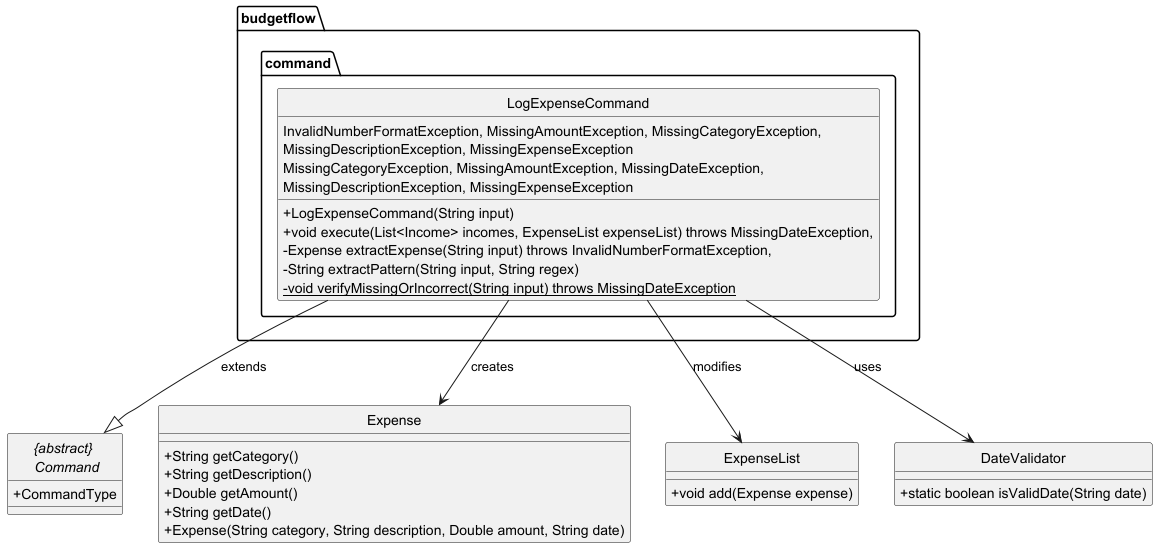
Before: docs/diagrams/log_expense_command_class_diagram.png, a diagram exported from PlantUML (thienkimtranhoang/tp). The source it was exported from:
```plantuml
@startuml

hide circle
skinparam classAttributeIconSize 0

package "budgetflow.command" {
    class LogExpenseCommand {
        + LogExpenseCommand(String input)
        + void execute(List<Income> incomes, ExpenseList expenseList) throws MissingDateException,
          InvalidNumberFormatException, MissingAmountException, MissingCategoryException,
          MissingDescriptionException, MissingExpenseException
        - Expense extractExpense(String input) throws InvalidNumberFormatException,
          MissingCategoryException, MissingAmountException, MissingDateException,
          MissingDescriptionException, MissingExpenseException
        - String extractPattern(String input, String regex)
        - {static} void verifyMissingOrIncorrect(String input) throws MissingDateException
    }
}

abstract class "{abstract} \n Command" {
    + CommandType
}

class Expense {
    + String getCategory()
    + String getDescription()
    + Double getAmount()
    + String getDate()
    + Expense(String category, String description, Double amount, String date)
}

class ExpenseList {
    + void add(Expense expense)
}

class DateValidator {
    + static boolean isValidDate(String date)
}

LogExpenseCommand --|> "{abstract} \n Command" : extends
LogExpenseCommand --> Expense : creates
LogExpenseCommand --> ExpenseList : modifies
LogExpenseCommand --> DateValidator : uses

@enduml
```
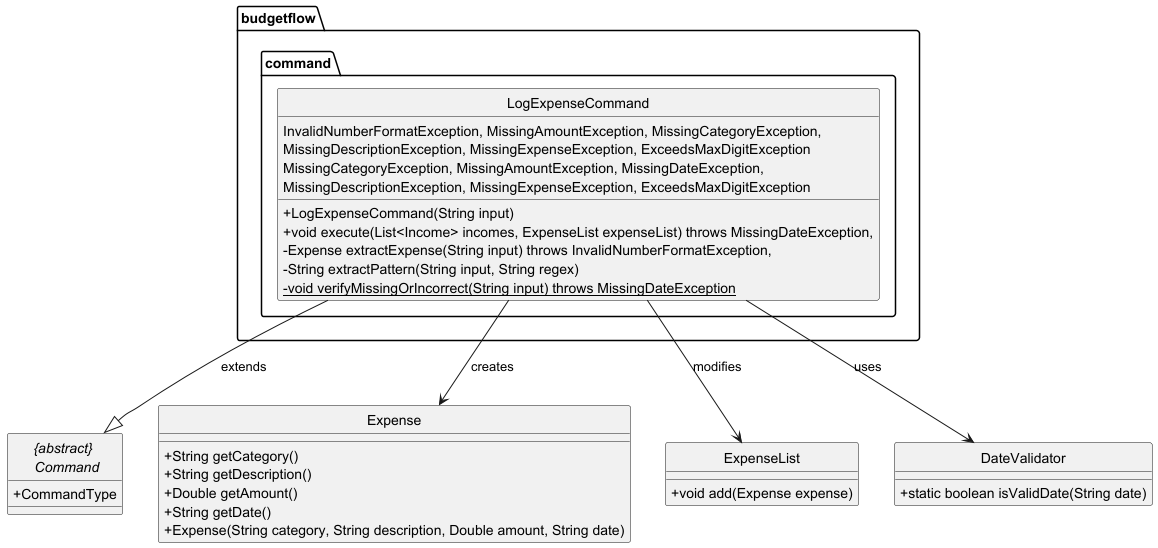
Later version of the same file.

The edit, as a diff of the source:
```diff
@@ -8,10 +8,10 @@
         + LogExpenseCommand(String input)
         + void execute(List<Income> incomes, ExpenseList expenseList) throws MissingDateException,
           InvalidNumberFormatException, MissingAmountException, MissingCategoryException,
-          MissingDescriptionException, MissingExpenseException
+          MissingDescriptionException, MissingExpenseException, ExceedsMaxDigitException
         - Expense extractExpense(String input) throws InvalidNumberFormatException,
           MissingCategoryException, MissingAmountException, MissingDateException,
-          MissingDescriptionException, MissingExpenseException
+          MissingDescriptionException, MissingExpenseException, ExceedsMaxDigitException
         - String extractPattern(String input, String regex)
         - {static} void verifyMissingOrIncorrect(String input) throws MissingDateException
     }
```
